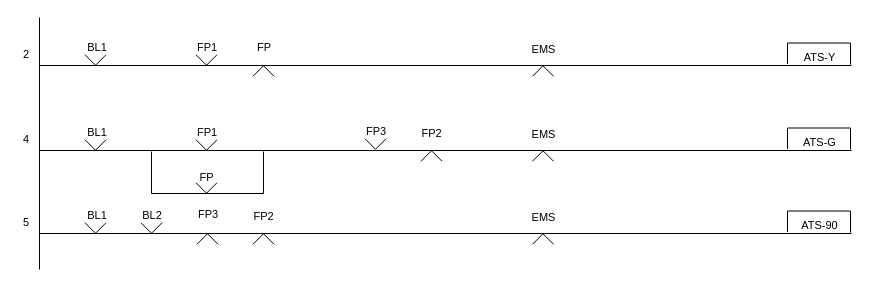
Earlier version of the draw.io diagram page "ATS제어" (3 of 6) of Signal/33Display-Signal-Control-Logic.drawio (chillin2/MyDraw.io). Source tidied: cells renumbered, new cells numbered last; positions are measured from the earlier drawing's top-left corner, leaving out a move shared by most shapes. Both pictures are drawn from the tidied source at 100%, with x=0, y=0 at pixel (17, 17).
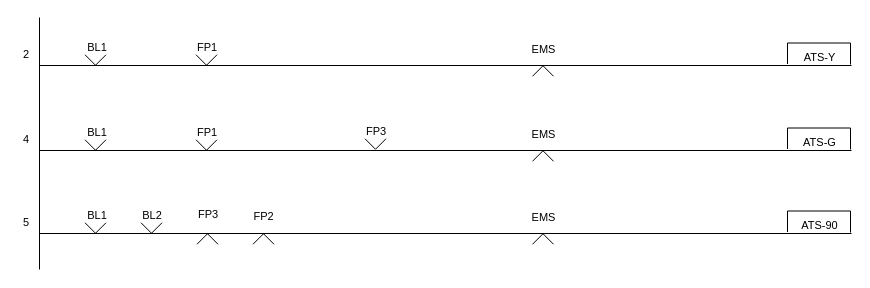
The same diagram, later.

What changed in the source:
```diff
@@
-    <mxCell id="13" value="FP" style="text;html=1;strokeColor=none;fillColor=none;align=center;verticalAlign=middle;whiteSpace=wrap;rounded=0;fontFamily=Helvetica;fontSize=11;fontColor=default;" parent="1" vertex="1">
-      <mxGeometry x="227" y="23" width="40" height="14" as="geometry" />
-    </mxCell>
-    <mxCell id="14" style="verticalLabelPosition=bottom;html=1;verticalAlign=top;align=center;shape=mxgraph.floorplan.windowBow;strokeWidth=1;fontSize=11;direction=west;" parent="1" vertex="1">
-      <mxGeometry x="235.5" y="48" width="21" height="11" as="geometry" />
-    </mxCell>
@@
-    <mxCell id="19" style="endArrow=none;html=1;rounded=0;" parent="1" edge="1">
-      <mxGeometry relative="1" as="geometry">
-        <mxPoint x="134" y="134" as="sourcePoint" />
-        <mxPoint x="246" y="134" as="targetPoint" />
-        <Array as="points">
-          <mxPoint x="134" y="176" />
-          <mxPoint x="246" y="176" />
-        </Array>
-      </mxGeometry>
-    </mxCell>
-    <mxCell id="20" value="FP" style="text;html=1;strokeColor=none;fillColor=none;align=center;verticalAlign=middle;whiteSpace=wrap;rounded=0;fontFamily=Helvetica;fontSize=11;fontColor=default;" parent="1" vertex="1">
-      <mxGeometry x="166" y="154" width="47" height="11" as="geometry" />
-    </mxCell>
@@
-    <mxCell id="25" style="verticalLabelPosition=bottom;html=1;verticalAlign=top;align=center;shape=mxgraph.floorplan.windowBow;strokeWidth=1;fontSize=11;" parent="1" vertex="1">
-      <mxGeometry x="178.5" y="165" width="21" height="11" as="geometry" />
-    </mxCell>
@@
-    <mxCell id="29" value="FP2" style="text;html=1;strokeColor=none;fillColor=none;align=center;verticalAlign=middle;whiteSpace=wrap;rounded=0;fontFamily=Helvetica;fontSize=11;fontColor=default;" parent="1" vertex="1">
-      <mxGeometry x="391" y="110" width="47" height="11" as="geometry" />
-    </mxCell>
@@
-    <mxCell id="31" style="verticalLabelPosition=bottom;html=1;verticalAlign=top;align=center;shape=mxgraph.floorplan.windowBow;strokeWidth=1;fontSize=11;direction=west;" parent="1" vertex="1">
-      <mxGeometry x="403.5" y="133" width="21" height="11" as="geometry" />
-    </mxCell>
```
